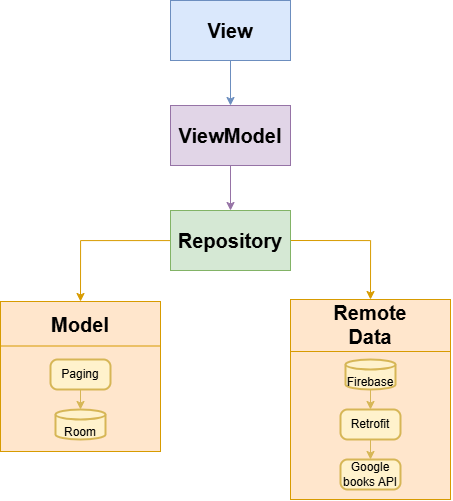
This is Docs/도서관리_아키텍처.png from minjuKwon/library-app, a draw.io export, as it was before one commit. Source tidied: cells renumbered, new cells last; positions are measured from the earlier drawing's top-left corner, leaving out a move shared by most shapes.
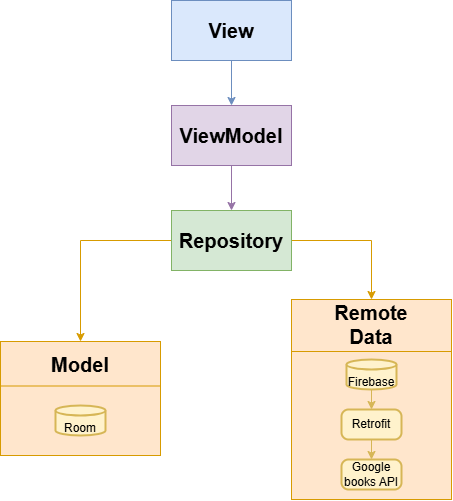
The same diagram one commit later.

The edit, as a diff of the source:
```diff
@@ -3,10 +3,10 @@
     <mxCell id="0" />
     <mxCell id="1" parent="0" />
     <mxCell id="2" style="group;" parent="1" vertex="1">
-      <mxGeometry y="299" width="160" height="160" as="geometry" />
+      <mxGeometry x="-1" y="339" width="160" height="160" as="geometry" />
     </mxCell>
     <mxCell id="3" style="rounded=0;whiteSpace=wrap;html=1;fillColor=#ffe6cc;strokeColor=#d79b00;" parent="2" vertex="1">
-      <mxGeometry y="2" width="160" height="150" as="geometry" />
+      <mxGeometry y="2" width="160" height="114" as="geometry" />
     </mxCell>
     <mxCell id="4" style="endArrow=none;html=1;rounded=0;exitX=0;exitY=0.25;exitDx=0;exitDy=0;entryX=1;entryY=0.25;entryDx=0;entryDy=0;fillColor=#ffe6cc;strokeColor=#d79b00;" parent="2" edge="1">
       <mxGeometry relative="1" as="geometry">
@@ -17,15 +17,9 @@
     <mxCell id="5" value="&lt;b&gt;&lt;font style=&quot;font-size: 20px;&quot;&gt;Model&lt;/font&gt;&lt;/b&gt;" style="text;html=1;align=center;verticalAlign=middle;whiteSpace=wrap;rounded=0;" parent="2" vertex="1">
       <mxGeometry x="50" y="10" width="60" height="30" as="geometry" />
     </mxCell>
-    <mxCell id="6" value="Paging" style="rounded=1;whiteSpace=wrap;html=1;absoluteArcSize=1;arcSize=14;strokeWidth=2;fillColor=#fff2cc;strokeColor=#d6b656;" parent="2" vertex="1">
-      <mxGeometry x="50" y="60" width="60" height="30" as="geometry" />
-    </mxCell>
     <mxCell id="7" value="&lt;div&gt;&lt;span style=&quot;background-color: transparent; color: light-dark(rgb(0, 0, 0), rgb(255, 255, 255));&quot;&gt;&lt;br&gt;&lt;/span&gt;&lt;/div&gt;&lt;div&gt;&lt;span style=&quot;background-color: transparent; color: light-dark(rgb(0, 0, 0), rgb(255, 255, 255));&quot;&gt;Room&lt;/span&gt;&lt;/div&gt;" style="strokeWidth=2;html=1;shape=mxgraph.flowchart.database;whiteSpace=wrap;fillColor=#fff2cc;strokeColor=#d6b656;" parent="2" vertex="1">
-      <mxGeometry x="55" y="110" width="50" height="30" as="geometry" />
+      <mxGeometry x="55" y="66" width="50" height="30" as="geometry" />
     </mxCell>
-    <mxCell id="8" style="endArrow=classic;html=1;rounded=0;entryX=0.5;entryY=0;entryDx=0;entryDy=0;entryPerimeter=0;exitX=0.5;exitY=1;exitDx=0;exitDy=0;fillColor=#fff2cc;strokeColor=#d6b656;" parent="2" edge="1" source="6" target="7">
-      <mxGeometry relative="1" as="geometry" />
-    </mxCell>
     <mxCell id="9" style="edgeStyle=orthogonalEdgeStyle;rounded=0;jettySize=auto;html=1;fillColor=#dae8fc;strokeColor=#6c8ebf;" parent="1" edge="1" source="10" target="12">
       <mxGeometry relative="1" as="geometry" />
     </mxCell>
```
